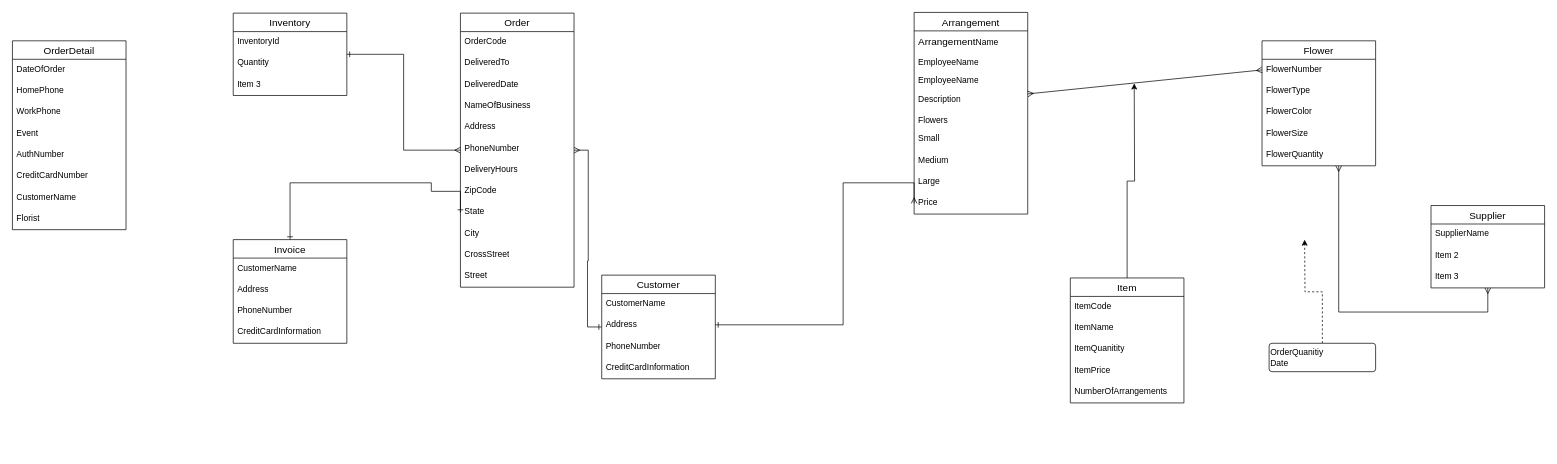
TacoMaster04/draw.io keeps this draw.io diagram as ADBProject/ADB Project.drawio. Above is the earlier version. Source tidied: cells renumbered, new cells numbered last; positions are measured from the earlier drawing's top-left corner, leaving out a move shared by most shapes. Both pictures are drawn from the tidied source at 71%, with x=0, y=0 at pixel (12, 12).
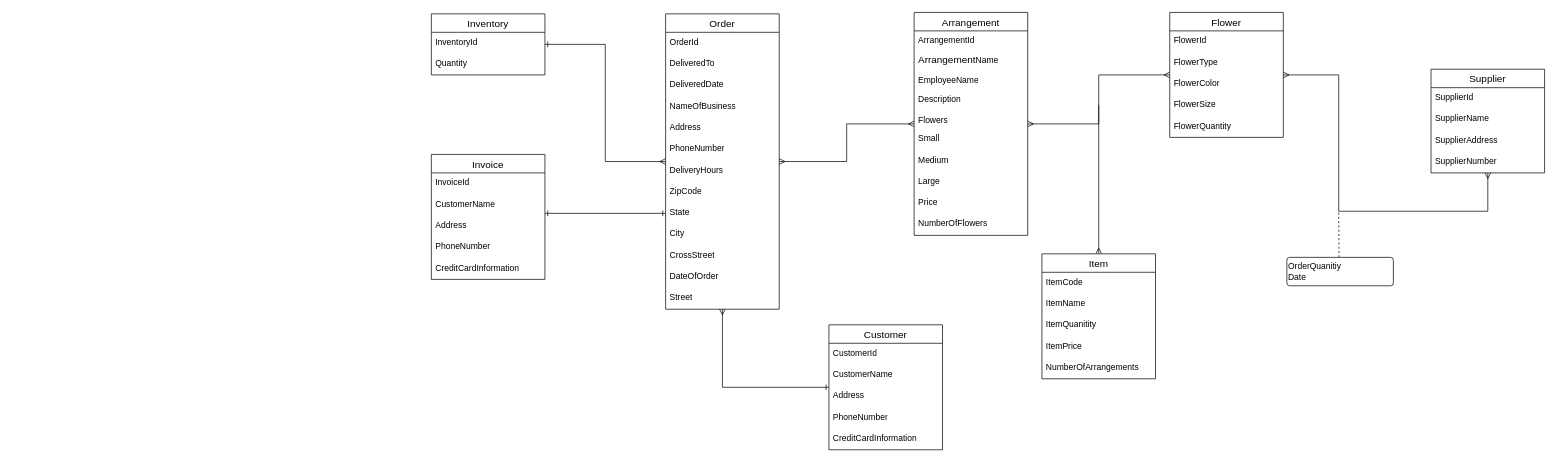
The same page after the edit.

Unchanged cells that the change refers to:
```xml
<mxCell id="26" value="Description" style="text;strokeColor=none;fillColor=none;spacingLeft=4;spacingRight=4;overflow=hidden;points=[[0,0.5],[1,0.5]];portConstraint=eastwest;fontSize=12;whiteSpace=wrap;html=1;" parent="22" vertex="1">
  <mxGeometry y="108" width="160" height="30" as="geometry" />
</mxCell>
<mxCell id="31" value="Price" style="text;strokeColor=none;fillColor=none;spacingLeft=4;spacingRight=4;overflow=hidden;points=[[0,0.5],[1,0.5]];portConstraint=eastwest;fontSize=12;whiteSpace=wrap;html=1;" parent="22" vertex="1">
  <mxGeometry y="254" width="160" height="30" as="geometry" />
</mxCell>
```

Diff of the diagram source:
```diff
@@
+    <mxCell id="73" style="edgeStyle=orthogonalEdgeStyle;rounded=0;jettySize=auto;html=1;startArrow=ERmany;startFill=0;endArrow=ERmany;endFill=0;" parent="1" edge="1" source="3" target="22">
+      <mxGeometry relative="1" as="geometry" />
+    </mxCell>
     <mxCell id="3" value="Order" style="swimlane;fontStyle=0;horizontal=1;startSize=26;align=center;fontSize=14;" parent="1" vertex="1">
-      <mxGeometry x="631" y="1" width="160" height="386" as="geometry" />
+      <mxGeometry x="920" y="2" width="160" height="416" as="geometry" />
     </mxCell>
-    <mxCell id="4" value="OrderCode" style="text;strokeColor=none;fillColor=none;spacingLeft=4;spacingRight=4;overflow=hidden;fontSize=12;whiteSpace=wrap;html=1;" parent="3" vertex="1">
+    <mxCell id="4" value="OrderId" style="text;strokeColor=none;fillColor=none;spacingLeft=4;spacingRight=4;overflow=hidden;fontSize=12;whiteSpace=wrap;html=1;" parent="3" vertex="1">
       <mxGeometry y="26" width="160" height="30" as="geometry" />
     </mxCell>
@@
+    <mxCell id="60" value="DateOfOrder" style="text;strokeColor=none;fillColor=none;spacingLeft=4;spacingRight=4;overflow=hidden;fontSize=12;whiteSpace=wrap;html=1;" parent="3" vertex="1">
+      <mxGeometry y="356" width="160" height="30" as="geometry" />
+    </mxCell>
     <mxCell id="15" value="Street" style="text;strokeColor=none;fillColor=none;spacingLeft=4;spacingRight=4;overflow=hidden;fontSize=12;whiteSpace=wrap;html=1;" parent="3" vertex="1">
-      <mxGeometry y="356" width="160" height="30" as="geometry" />
+      <mxGeometry y="386" width="160" height="30" as="geometry" />
     </mxCell>
@@
     <mxCell id="17" value="Customer" style="swimlane;fontStyle=0;horizontal=1;startSize=26;align=center;fontSize=14;" parent="1" vertex="1">
-      <mxGeometry x="830" y="370" width="160" height="146" as="geometry" />
+      <mxGeometry x="1150" y="440" width="160" height="176" as="geometry" />
     </mxCell>
+    <mxCell id="74" value="CustomerId" style="text;strokeColor=none;fillColor=none;spacingLeft=4;spacingRight=4;overflow=hidden;fontSize=12;whiteSpace=wrap;html=1;" parent="17" vertex="1">
+      <mxGeometry y="26" width="160" height="30" as="geometry" />
+    </mxCell>
     <mxCell id="18" value="CustomerName" style="text;strokeColor=none;fillColor=none;spacingLeft=4;spacingRight=4;overflow=hidden;fontSize=12;whiteSpace=wrap;html=1;" parent="17" vertex="1">
-      <mxGeometry y="26" width="160" height="30" as="geometry" />
+      <mxGeometry y="56" width="160" height="30" as="geometry" />
     </mxCell>
     <mxCell id="19" value="Address" style="text;strokeColor=none;fillColor=none;spacingLeft=4;spacingRight=4;overflow=hidden;points=[[0,0.5],[1,0.5]];portConstraint=eastwest;fontSize=12;whiteSpace=wrap;html=1;" parent="17" vertex="1">
-      <mxGeometry y="56" width="160" height="30" as="geometry" />
+      <mxGeometry y="86" width="160" height="30" as="geometry" />
     </mxCell>
     <mxCell id="20" value="PhoneNumber" style="text;strokeColor=none;fillColor=none;spacingLeft=4;spacingRight=4;overflow=hidden;fontSize=12;whiteSpace=wrap;html=1;" parent="17" vertex="1">
-      <mxGeometry y="86" width="160" height="30" as="geometry" />
+      <mxGeometry y="116" width="160" height="30" as="geometry" />
     </mxCell>
     <mxCell id="21" value="CreditCardInformation" style="text;strokeColor=none;fillColor=none;spacingLeft=4;spacingRight=4;overflow=hidden;fontSize=12;whiteSpace=wrap;html=1;" parent="17" vertex="1">
-      <mxGeometry y="116" width="160" height="30" as="geometry" />
+      <mxGeometry y="146" width="160" height="30" as="geometry" />
     </mxCell>
+    <mxCell id="75" style="edgeStyle=orthogonalEdgeStyle;rounded=0;jettySize=auto;html=1;startArrow=ERmany;startFill=0;endArrow=ERmany;endFill=0;" parent="1" edge="1" source="22" target="44">
+      <mxGeometry relative="1" as="geometry" />
+    </mxCell>
     <mxCell id="22" value="Arrangement" style="swimlane;fontStyle=0;horizontal=1;startSize=26;align=center;fontSize=14;" parent="1" vertex="1">
-      <mxGeometry x="1270" width="160" height="284" as="geometry" />
+      <mxGeometry x="1270" width="160" height="314" as="geometry" />
     </mxCell>
+    <mxCell id="76" value="ArrangementId" style="text;strokeColor=none;fillColor=none;spacingLeft=4;spacingRight=4;overflow=hidden;fontSize=12;whiteSpace=wrap;html=1;" parent="22" vertex="1">
+      <mxGeometry y="26" width="160" height="26" as="geometry" />
+    </mxCell>
     <mxCell id="23" value="&lt;span style=&quot;font-size: 14px; text-align: center; text-wrap-mode: nowrap;&quot;&gt;Arrangement&lt;/span&gt;Name" style="text;strokeColor=none;fillColor=none;spacingLeft=4;spacingRight=4;overflow=hidden;fontSize=12;whiteSpace=wrap;html=1;" parent="22" vertex="1">
-      <mxGeometry y="26" width="160" height="30" as="geometry" />
+      <mxGeometry y="52" width="160" height="30" as="geometry" />
     </mxCell>
     <mxCell id="24" value="EmployeeName" style="text;strokeColor=none;fillColor=none;spacingLeft=4;spacingRight=4;overflow=hidden;fontSize=12;whiteSpace=wrap;html=1;" parent="22" vertex="1">
-      <mxGeometry y="56" width="160" height="26" as="geometry" />
+      <mxGeometry y="82" width="160" height="26" as="geometry" />
     </mxCell>
-    <mxCell id="25" value="EmployeeName" style="text;strokeColor=none;fillColor=none;spacingLeft=4;spacingRight=4;overflow=hidden;fontSize=12;whiteSpace=wrap;html=1;" parent="22" vertex="1">
-      <mxGeometry y="82" width="160" height="26" as="geometry" />
-    </mxCell>
@@
+    <mxCell id="77" value="NumberOfFlowers" style="text;strokeColor=none;fillColor=none;spacingLeft=4;spacingRight=4;overflow=hidden;fontSize=12;whiteSpace=wrap;html=1;" parent="22" vertex="1">
+      <mxGeometry y="284" width="160" height="30" as="geometry" />
+    </mxCell>
-    <mxCell id="32" style="edgeStyle=orthogonalEdgeStyle;rounded=0;jettySize=auto;html=1;" parent="1" edge="1" source="33">
+    <mxCell id="32" style="edgeStyle=orthogonalEdgeStyle;rounded=0;jettySize=auto;html=1;endArrow=none;endFill=0;startArrow=ERmany;startFill=0;" parent="1" edge="1" source="33">
       <mxGeometry relative="1" as="geometry">
-        <mxPoint x="1580" y="100" as="targetPoint" />
+        <mxPoint x="1530" y="130" as="targetPoint" />
       </mxGeometry>
     </mxCell>
     <mxCell id="33" value="Item" style="swimlane;fontStyle=0;horizontal=1;startSize=26;align=center;fontSize=14;" parent="1" vertex="1">
-      <mxGeometry x="1490" y="374" width="160" height="176" as="geometry" />
+      <mxGeometry x="1450" y="340" width="160" height="176" as="geometry" />
     </mxCell>
@@
     <mxCell id="39" style="edgeStyle=orthogonalEdgeStyle;rounded=0;jettySize=auto;html=1;endArrow=ERmany;endFill=0;startArrow=ERmany;startFill=0;" parent="1" edge="1" source="40" target="44">
       <mxGeometry relative="1" as="geometry">
         <Array as="points">
-          <mxPoint x="2078" y="422" />
-          <mxPoint x="1868" y="422" />
+          <mxPoint x="2078" y="280" />
+          <mxPoint x="1868" y="280" />
+          <mxPoint x="1868" y="88" />
         </Array>
       </mxGeometry>
     </mxCell>
     <mxCell id="40" value="Supplier" style="swimlane;fontStyle=0;horizontal=1;startSize=26;align=center;fontSize=14;" parent="1" vertex="1">
-      <mxGeometry x="1998" y="272" width="160" height="116" as="geometry" />
+      <mxGeometry x="1998" y="80" width="160" height="146" as="geometry" />
     </mxCell>
+    <mxCell id="78" value="SupplierId" style="text;strokeColor=none;fillColor=none;spacingLeft=4;spacingRight=4;overflow=hidden;fontSize=12;whiteSpace=wrap;html=1;" parent="40" vertex="1">
+      <mxGeometry y="26" width="160" height="30" as="geometry" />
+    </mxCell>
     <mxCell id="41" value="SupplierName" style="text;strokeColor=none;fillColor=none;spacingLeft=4;spacingRight=4;overflow=hidden;fontSize=12;whiteSpace=wrap;html=1;" parent="40" vertex="1">
-      <mxGeometry y="26" width="160" height="30" as="geometry" />
+      <mxGeometry y="56" width="160" height="30" as="geometry" />
     </mxCell>
-    <mxCell id="42" value="Item 2" style="text;strokeColor=none;fillColor=none;spacingLeft=4;spacingRight=4;overflow=hidden;fontSize=12;whiteSpace=wrap;html=1;" parent="40" vertex="1">
-      <mxGeometry y="56" width="160" height="30" as="geometry" />
+    <mxCell id="42" value="SupplierAddress" style="text;strokeColor=none;fillColor=none;spacingLeft=4;spacingRight=4;overflow=hidden;fontSize=12;whiteSpace=wrap;html=1;" parent="40" vertex="1">
+      <mxGeometry y="86" width="160" height="30" as="geometry" />
     </mxCell>
-    <mxCell id="43" value="Item 3" style="text;strokeColor=none;fillColor=none;spacingLeft=4;spacingRight=4;overflow=hidden;fontSize=12;whiteSpace=wrap;html=1;" parent="40" vertex="1">
-      <mxGeometry y="86" width="160" height="30" as="geometry" />
+    <mxCell id="43" value="SupplierNumber" style="text;strokeColor=none;fillColor=none;spacingLeft=4;spacingRight=4;overflow=hidden;fontSize=12;whiteSpace=wrap;html=1;" parent="40" vertex="1">
+      <mxGeometry y="116" width="160" height="30" as="geometry" />
     </mxCell>
     <mxCell id="44" value="Flower" style="swimlane;fontStyle=0;horizontal=1;startSize=26;align=center;fontSize=14;" parent="1" vertex="1">
-      <mxGeometry x="1760" y="40" width="160" height="176" as="geometry" />
+      <mxGeometry x="1630" width="160" height="176" as="geometry" />
     </mxCell>
-    <mxCell id="45" value="FlowerNumber" style="text;strokeColor=none;fillColor=none;spacingLeft=4;spacingRight=4;overflow=hidden;points=[[0,0.5],[1,0.5]];portConstraint=eastwest;fontSize=12;whiteSpace=wrap;html=1;" parent="44" vertex="1">
+    <mxCell id="45" value="FlowerId" style="text;strokeColor=none;fillColor=none;spacingLeft=4;spacingRight=4;overflow=hidden;points=[[0,0.5],[1,0.5]];portConstraint=eastwest;fontSize=12;whiteSpace=wrap;html=1;" parent="44" vertex="1">
       <mxGeometry y="26" width="160" height="30" as="geometry" />
     </mxCell>
@@
     <mxCell id="50" value="Invoice" style="swimlane;fontStyle=0;horizontal=1;startSize=26;align=center;fontSize=14;" parent="1" vertex="1">
-      <mxGeometry x="311" y="320" width="160" height="146" as="geometry" />
+      <mxGeometry x="590" y="200" width="160" height="176" as="geometry" />
     </mxCell>
+    <mxCell id="79" value="InvoiceId" style="text;strokeColor=none;fillColor=none;spacingLeft=4;spacingRight=4;overflow=hidden;fontSize=12;whiteSpace=wrap;html=1;" parent="50" vertex="1">
+      <mxGeometry y="26" width="160" height="30" as="geometry" />
+    </mxCell>
     <mxCell id="51" value="CustomerName" style="text;strokeColor=none;fillColor=none;spacingLeft=4;spacingRight=4;overflow=hidden;fontSize=12;whiteSpace=wrap;html=1;" parent="50" vertex="1">
-      <mxGeometry y="26" width="160" height="30" as="geometry" />
+      <mxGeometry y="56" width="160" height="30" as="geometry" />
     </mxCell>
     <mxCell id="52" value="Address" style="text;strokeColor=none;fillColor=none;spacingLeft=4;spacingRight=4;overflow=hidden;fontSize=12;whiteSpace=wrap;html=1;" parent="50" vertex="1">
-      <mxGeometry y="56" width="160" height="30" as="geometry" />
+      <mxGeometry y="86" width="160" height="30" as="geometry" />
     </mxCell>
     <mxCell id="53" value="PhoneNumber" style="text;strokeColor=none;fillColor=none;spacingLeft=4;spacingRight=4;overflow=hidden;fontSize=12;whiteSpace=wrap;html=1;" parent="50" vertex="1">
-      <mxGeometry y="86" width="160" height="30" as="geometry" />
+      <mxGeometry y="116" width="160" height="30" as="geometry" />
     </mxCell>
     <mxCell id="54" value="CreditCardInformation" style="text;strokeColor=none;fillColor=none;spacingLeft=4;spacingRight=4;overflow=hidden;fontSize=12;whiteSpace=wrap;html=1;" parent="50" vertex="1">
-      <mxGeometry y="116" width="160" height="30" as="geometry" />
+      <mxGeometry y="146" width="160" height="30" as="geometry" />
     </mxCell>
     <mxCell id="55" value="Inventory" style="swimlane;fontStyle=0;horizontal=1;startSize=26;align=center;fontSize=14;" parent="1" vertex="1">
-      <mxGeometry x="311" y="1" width="160" height="116" as="geometry" />
+      <mxGeometry x="590" y="2" width="160" height="86" as="geometry" />
     </mxCell>
@@
-    <mxCell id="58" value="Item 3" style="text;strokeColor=none;fillColor=none;spacingLeft=4;spacingRight=4;overflow=hidden;fontSize=12;whiteSpace=wrap;html=1;" parent="55" vertex="1">
-      <mxGeometry y="86" width="160" height="30" as="geometry" />
-    </mxCell>
-    <mxCell id="59" value="OrderDetail" style="swimlane;fontStyle=0;horizontal=1;startSize=26;align=center;fontSize=14;" parent="1" vertex="1">
-      <mxGeometry y="40" width="160" height="266" as="geometry" />
-    </mxCell>
-    <mxCell id="60" value="DateOfOrder" style="text;strokeColor=none;fillColor=none;spacingLeft=4;spacingRight=4;overflow=hidden;fontSize=12;whiteSpace=wrap;html=1;" parent="59" vertex="1">
-      <mxGeometry y="26" width="160" height="30" as="geometry" />
-    </mxCell>
-    <mxCell id="61" value="HomePhone" style="text;strokeColor=none;fillColor=none;spacingLeft=4;spacingRight=4;overflow=hidden;fontSize=12;whiteSpace=wrap;html=1;" parent="59" vertex="1">
-      <mxGeometry y="56" width="160" height="30" as="geometry" />
-    </mxCell>
-    <mxCell id="62" value="WorkPhone" style="text;strokeColor=none;fillColor=none;spacingLeft=4;spacingRight=4;overflow=hidden;fontSize=12;whiteSpace=wrap;html=1;" parent="59" vertex="1">
-      <mxGeometry y="86" width="160" height="30" as="geometry" />
-    </mxCell>
-    <mxCell id="63" value="Event&lt;span style=&quot;white-space: pre;&quot;&gt;&#9;&lt;/span&gt;" style="text;strokeColor=none;fillColor=none;spacingLeft=4;spacingRight=4;overflow=hidden;fontSize=12;whiteSpace=wrap;html=1;" parent="59" vertex="1">
-      <mxGeometry y="116" width="160" height="30" as="geometry" />
-    </mxCell>
-    <mxCell id="64" value="AuthNumber" style="text;strokeColor=none;fillColor=none;spacingLeft=4;spacingRight=4;overflow=hidden;fontSize=12;whiteSpace=wrap;html=1;" parent="59" vertex="1">
-      <mxGeometry y="146" width="160" height="30" as="geometry" />
-    </mxCell>
-    <mxCell id="65" value="CreditCardNumber" style="text;strokeColor=none;fillColor=none;spacingLeft=4;spacingRight=4;overflow=hidden;fontSize=12;whiteSpace=wrap;html=1;" parent="59" vertex="1">
-      <mxGeometry y="176" width="160" height="30" as="geometry" />
-    </mxCell>
-    <mxCell id="66" value="CustomerName" style="text;strokeColor=none;fillColor=none;spacingLeft=4;spacingRight=4;overflow=hidden;fontSize=12;whiteSpace=wrap;html=1;" parent="59" vertex="1">
-      <mxGeometry y="206" width="160" height="30" as="geometry" />
-    </mxCell>
-    <mxCell id="67" value="Florist" style="text;strokeColor=none;fillColor=none;spacingLeft=4;spacingRight=4;overflow=hidden;fontSize=12;whiteSpace=wrap;html=1;" parent="59" vertex="1">
-      <mxGeometry y="236" width="160" height="30" as="geometry" />
-    </mxCell>
@@
-    <mxCell id="69" style="edgeStyle=orthogonalEdgeStyle;rounded=0;jettySize=auto;html=1;entryX=0;entryY=0.5;entryDx=0;entryDy=0;startArrow=ERone;startFill=0;endArrow=ERmany;endFill=0;" parent="1" edge="1" source="19" target="31">
-      <mxGeometry relative="1" as="geometry">
-        <Array as="points">
-          <mxPoint x="1170" y="440" />
-          <mxPoint x="1170" y="240" />
-          <mxPoint x="1270" y="240" />
-        </Array>
-      </mxGeometry>
-    </mxCell>
-    <mxCell id="70" style="rounded=0;jettySize=auto;html=1;entryX=0;entryY=0.5;entryDx=0;entryDy=0;startArrow=ERmany;startFill=0;endArrow=ERmany;endFill=0;" parent="1" edge="1" source="26" target="45">
-      <mxGeometry relative="1" as="geometry" />
-    </mxCell>
-    <mxCell id="71" style="edgeStyle=orthogonalEdgeStyle;rounded=0;jettySize=auto;html=1;exitX=0.5;exitY=0;exitDx=0;exitDy=0;dashed=1;" parent="1" edge="1" source="72">
+    <mxCell id="71" style="edgeStyle=orthogonalEdgeStyle;rounded=0;jettySize=auto;html=1;exitX=0.49;exitY=0.148;exitDx=0;exitDy=0;dashed=1;endArrow=none;endFill=0;exitPerimeter=0;" parent="1" edge="1" source="72">
       <mxGeometry relative="1" as="geometry">
-        <mxPoint x="1820" y="320" as="targetPoint" />
+        <mxPoint x="1868" y="280" as="targetPoint" />
       </mxGeometry>
     </mxCell>
     <mxCell id="72" value="OrderQuanitiy&lt;div&gt;Date&lt;/div&gt;" style="rounded=1;arcSize=10;whiteSpace=wrap;html=1;align=left;" parent="1" vertex="1">
-      <mxGeometry x="1770" y="466" width="150" height="40" as="geometry" />
+      <mxGeometry x="1795" y="345" width="150" height="40" as="geometry" />
     </mxCell>
```
